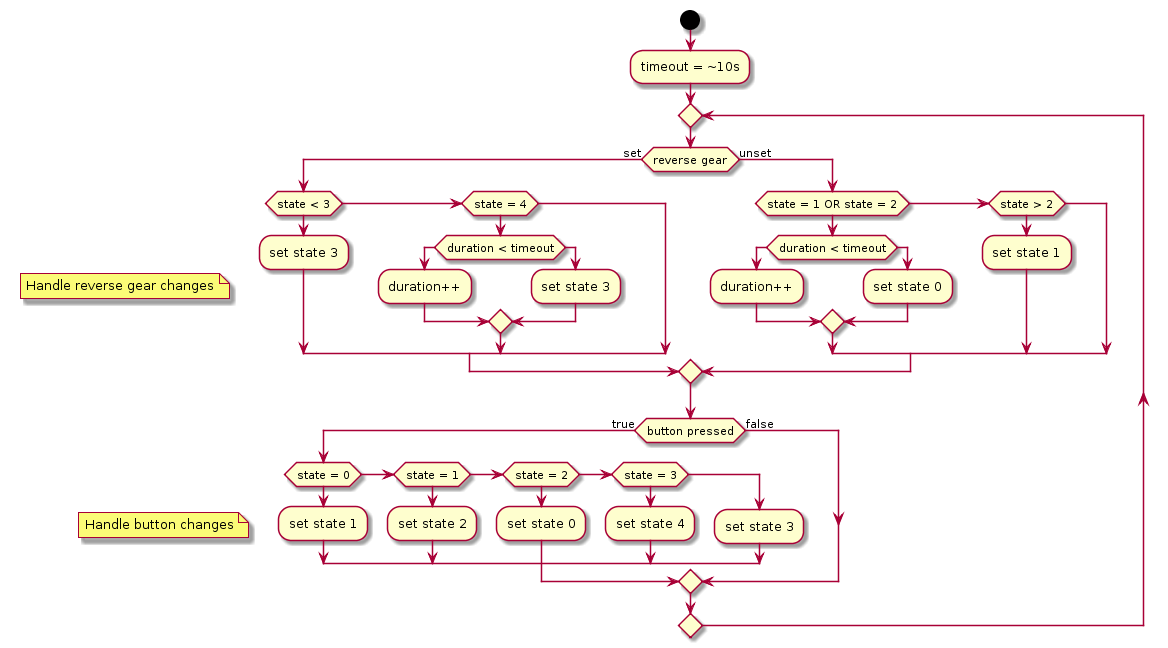
markoweb/car-cam keeps this PlantUML diagram as images/activity.png. Above is the earlier version.
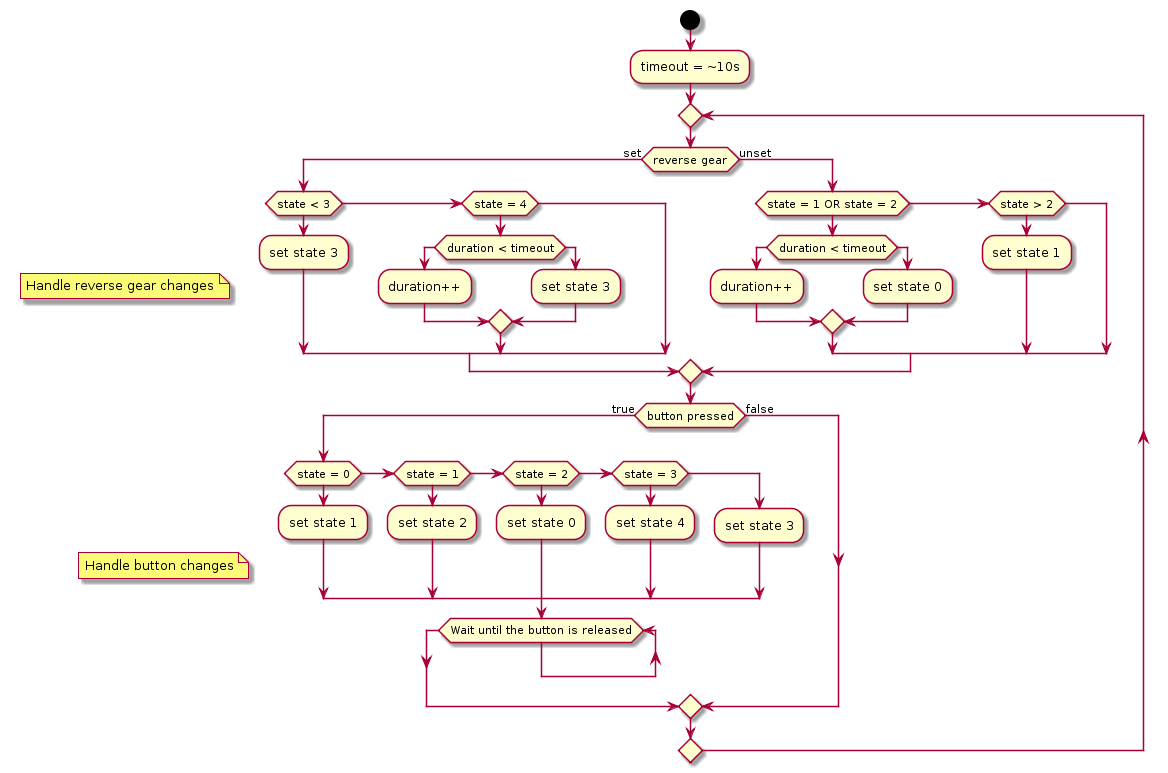
After the change.

Commit message:
activity diag. update

Diff of the diagram source:
```diff
@@ -42,6 +42,10 @@
     else
         :set state 3;
     endif
+
+    while (Wait until the button is released)
+    endwhile
+
 else (false)
 endif
 @enduml
```
